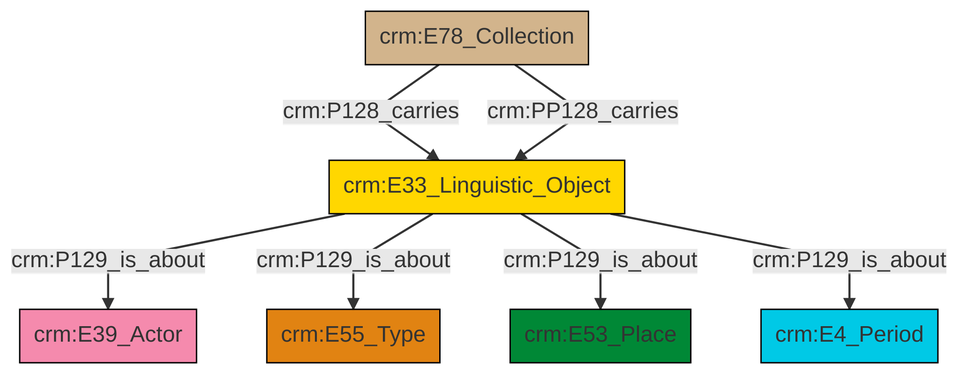
swiss-art-research-net/docs.swissartresearch keeps this Mermaid diagram as et/archivalCSV/ttl/mmd/png/archival_aboutness.png. Above is the earlier version. Its source is kept beside it as et/archivalCSV/ttl/mmd/archival_aboutness.ttl.mmd.
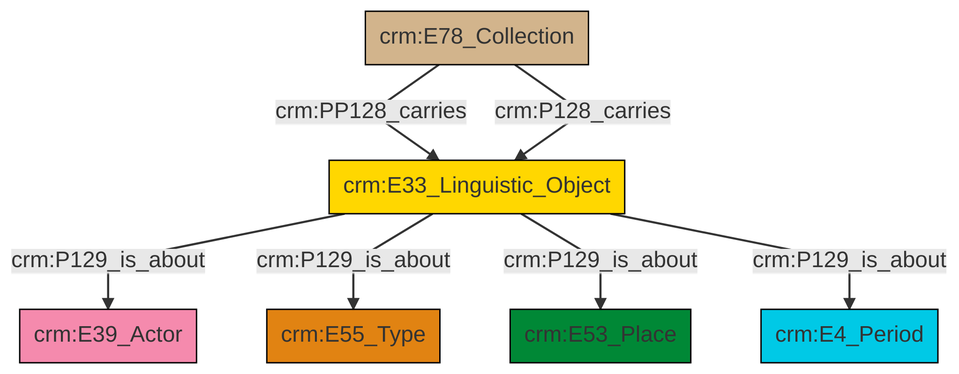
Above is the later version.

Diff of the diagram source:
```diff
@@ -13,9 +13,9 @@
 classDef PC_Classes fill:#4ce600, stroke:#000000;
 classDef Multi fill:#cccccc,stroke:#000000;
 
-2["crm:E33_Linguistic_Object"]:::Conceptual_Object -->|crm:P129_is_about| 3["crm:E39_Actor"]:::Actor
-0["crm:E78_Collection"]:::Physical_Thing -->|crm:P128_carries| 2["crm:E33_Linguistic_Object"]:::Conceptual_Object
-2["crm:E33_Linguistic_Object"]:::Conceptual_Object -->|crm:P129_is_about| 4["crm:E55_Type"]:::Type
-0["crm:E78_Collection"]:::Physical_Thing -->|crm:PP128_carries| 2["crm:E33_Linguistic_Object"]:::Conceptual_Object
-2["crm:E33_Linguistic_Object"]:::Conceptual_Object -->|crm:P129_is_about| 9["crm:E53_Place"]:::Place
-2["crm:E33_Linguistic_Object"]:::Conceptual_Object -->|crm:P129_is_about| 6["crm:E4_Period"]:::Temporal_Entity
+0["crm:E78_Collection"]:::Physical_Thing -->|crm:PP128_carries| 1["crm:E33_Linguistic_Object"]:::Conceptual_Object
+0["crm:E78_Collection"]:::Physical_Thing -->|crm:P128_carries| 1["crm:E33_Linguistic_Object"]:::Conceptual_Object
+1["crm:E33_Linguistic_Object"]:::Conceptual_Object -->|crm:P129_is_about| 6["crm:E39_Actor"]:::Actor
+1["crm:E33_Linguistic_Object"]:::Conceptual_Object -->|crm:P129_is_about| 4["crm:E55_Type"]:::Type
+1["crm:E33_Linguistic_Object"]:::Conceptual_Object -->|crm:P129_is_about| 9["crm:E53_Place"]:::Place
+1["crm:E33_Linguistic_Object"]:::Conceptual_Object -->|crm:P129_is_about| 2["crm:E4_Period"]:::Temporal_Entity
```
